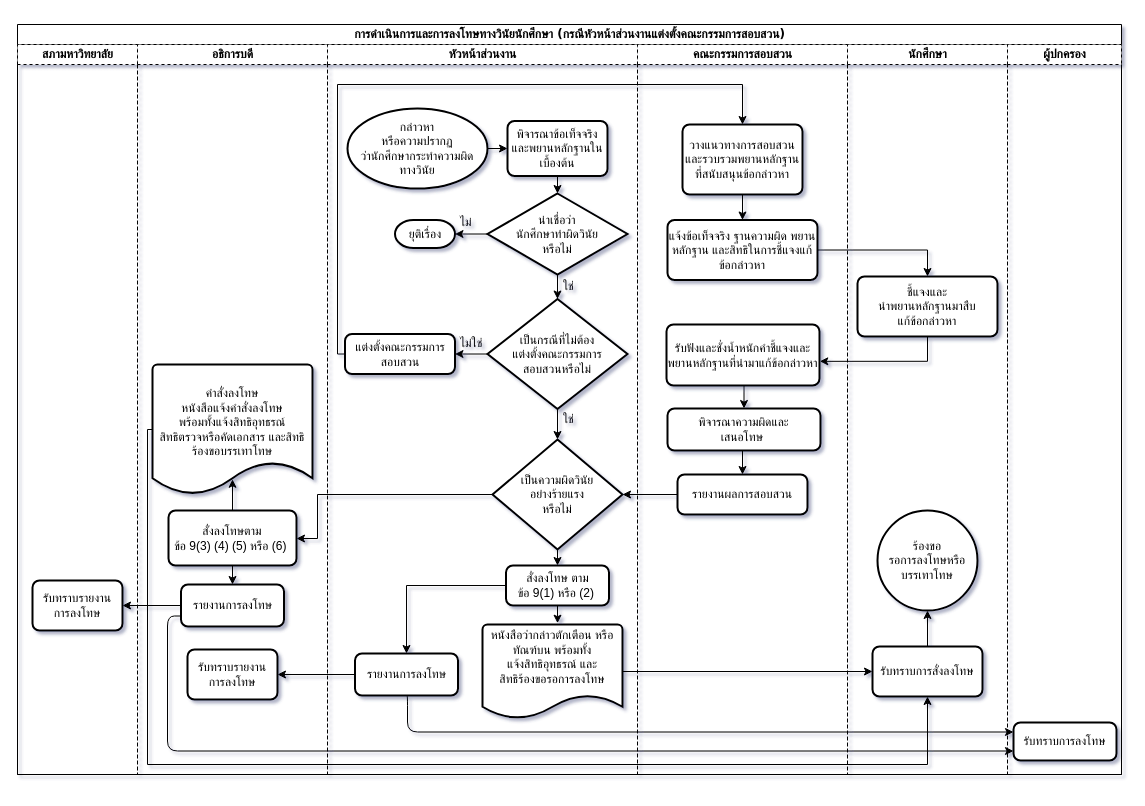
The draw.io diagram flow_vinai_faculty.drawio in ninjacharlee/test, before the edit. Source tidied: cells renumbered, new cells numbered last; positions are measured from the earlier drawing's top-left corner, leaving out a move shared by most shapes. Both pictures are drawn from the tidied source at 100%, with x=0, y=0 at pixel (17, 24).
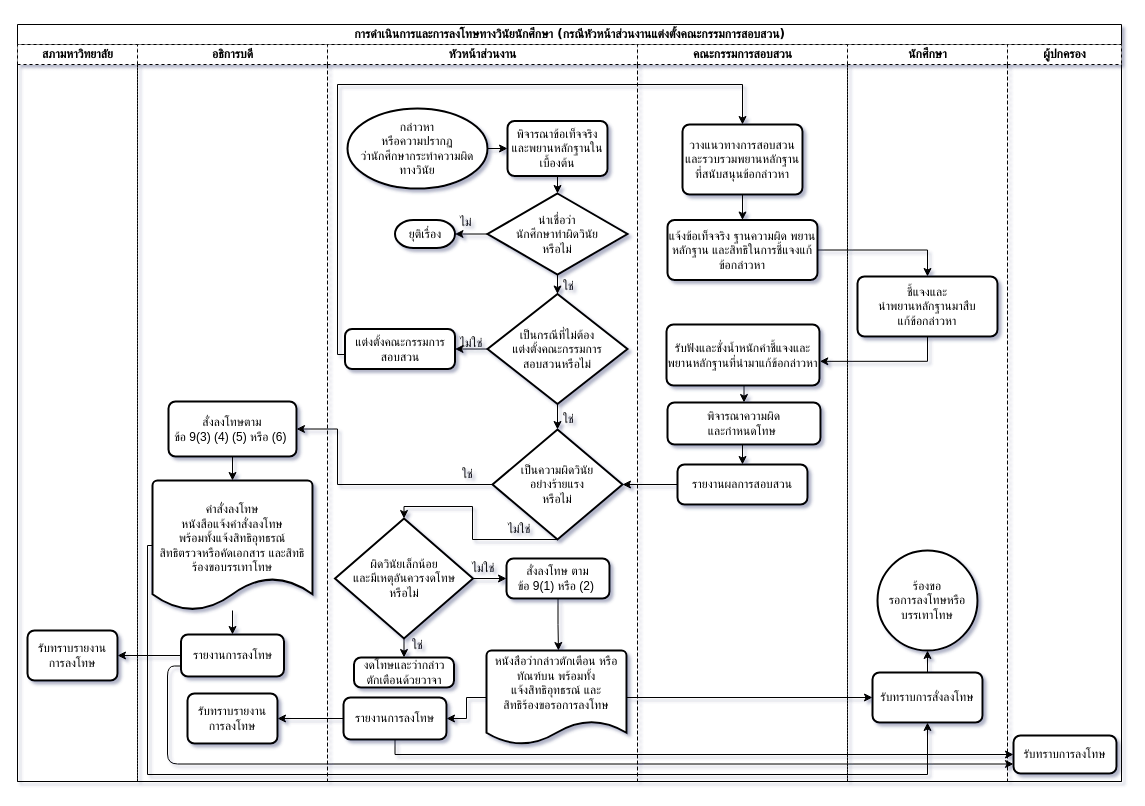
The same diagram, later.

Unchanged cells that the change refers to:
```xml
<mxCell id="38" value="วางแนวทางการสอบสวนและรวบรวมพยานหลักฐานที่สนับสนุนข้อกล่าวหา" style="rounded=1;whiteSpace=wrap;html=1;absoluteArcSize=1;arcSize=14;strokeWidth=2;" parent="36" vertex="1">
  <mxGeometry x="45" y="80" width="120" height="70" as="geometry" />
</mxCell>
```

What changed in the source:
```diff
@@
     <mxCell id="2" value="&lt;h2&gt;การดำเนินการและการลงโทษทางวินัยนักศึกษา (กรณีหัวหน้าส่วนงานแต่งตั้งคณะกรรมการสอบสวน)&lt;/h2&gt;" style="swimlane;html=1;startSize=20;rounded=0;shadow=0;labelBackgroundColor=none;strokeColor=#000000;strokeWidth=1;fillColor=#ffffff;fontFamily=Verdana;fontSize=8;fontColor=#000000;align=center;" parent="1" vertex="1">
-      <mxGeometry width="1104" height="750" as="geometry" />
+      <mxGeometry width="1104" height="757" as="geometry" />
     </mxCell>
     <mxCell id="3" value="สภามหาวิทยาลัย" style="swimlane;html=1;startSize=20;dashed=1;" parent="2" vertex="1">
-      <mxGeometry y="20" width="120" height="730" as="geometry" />
+      <mxGeometry y="20" width="120" height="737" as="geometry" />
     </mxCell>
     <mxCell id="4" value="รับทราบรายงาน&lt;br&gt;การลงโทษ" style="rounded=1;whiteSpace=wrap;html=1;absoluteArcSize=1;arcSize=14;strokeWidth=2;shadow=0;glass=0;comic=0;gradientColor=none;" parent="3" vertex="1">
-      <mxGeometry x="15" y="536" width="90" height="50" as="geometry" />
+      <mxGeometry x="10" y="586" width="90" height="50" as="geometry" />
     </mxCell>
     <mxCell id="5" value="อธิการบดี" style="swimlane;html=1;startSize=20;dashed=1;" parent="2" vertex="1">
-      <mxGeometry x="120" y="20" width="190" height="730" as="geometry" />
+      <mxGeometry x="120" y="20" width="190" height="737" as="geometry" />
     </mxCell>
-    <mxCell id="6" style="edgeStyle=orthogonalEdgeStyle;rounded=0;jettySize=auto;html=1;exitX=0.5;exitY=1;exitDx=0;exitDy=0;entryX=0.5;entryY=0;entryDx=0;entryDy=0;" parent="5" edge="1" source="8" target="10">
-      <mxGeometry relative="1" as="geometry" />
-    </mxCell>
-    <mxCell id="7" style="edgeStyle=orthogonalEdgeStyle;rounded=0;jettySize=auto;html=1;exitX=0.5;exitY=0;exitDx=0;exitDy=0;entryX=0.5;entryY=0.883;entryDx=0;entryDy=0;entryPerimeter=0;" parent="5" edge="1" source="8" target="9">
+    <mxCell id="7" style="edgeStyle=orthogonalEdgeStyle;rounded=0;jettySize=auto;html=1;" parent="5" edge="1" source="8" target="9">
       <mxGeometry relative="1" as="geometry" />
     </mxCell>
     <mxCell id="8" value="สั่งลงโทษตาม&lt;br&gt;ข้อ 9(3) (4) (5) หรือ (6)&amp;nbsp;" style="rounded=1;whiteSpace=wrap;html=1;absoluteArcSize=1;arcSize=14;strokeWidth=2;" parent="5" vertex="1">
-      <mxGeometry x="31" y="466" width="128" height="55" as="geometry" />
+      <mxGeometry x="31" y="357" width="128" height="55" as="geometry" />
     </mxCell>
+    <mxCell id="63" style="edgeStyle=orthogonalEdgeStyle;rounded=0;jettySize=auto;html=1;" parent="5" edge="1" source="9" target="10">
+      <mxGeometry relative="1" as="geometry" />
+    </mxCell>
     <mxCell id="9" value="คำสั่งลงโทษ&lt;br&gt;หนังสือแจ้งคำสั่งลงโทษ&lt;br&gt;พร้อมทั้งแจ้งสิทธิอุทธรณ์ &lt;br&gt;สิทธิตรวจหรือคัดเอกสาร และสิทธิร้องขอบรรเทาโทษ&lt;br&gt;&lt;br&gt;" style="strokeWidth=2;html=1;shape=mxgraph.flowchart.document2;whiteSpace=wrap;size=0.25;" parent="5" vertex="1">
-      <mxGeometry x="15" y="320" width="160" height="130" as="geometry" />
+      <mxGeometry x="15" y="436" width="160" height="130" as="geometry" />
     </mxCell>
     <mxCell id="10" value="รายงานการลงโทษ" style="rounded=1;whiteSpace=wrap;html=1;absoluteArcSize=1;arcSize=14;strokeWidth=2;shadow=0;glass=0;comic=0;gradientColor=none;" parent="5" vertex="1">
-      <mxGeometry x="43.5" y="540" width="103" height="42" as="geometry" />
+      <mxGeometry x="43.5" y="590" width="103" height="42" as="geometry" />
     </mxCell>
     <mxCell id="11" value="รับทราบรายงาน&lt;br&gt;การลงโทษ" style="rounded=1;whiteSpace=wrap;html=1;absoluteArcSize=1;arcSize=14;strokeWidth=2;shadow=0;glass=0;comic=0;gradientColor=none;" parent="5" vertex="1">
-      <mxGeometry x="50" y="605" width="90" height="50" as="geometry" />
+      <mxGeometry x="50" y="649" width="90" height="50" as="geometry" />
     </mxCell>
     <mxCell id="12" value="หัวหน้าส่วนงาน" style="swimlane;html=1;startSize=20;dashed=1;" parent="2" vertex="1">
-      <mxGeometry x="310" y="20" width="310" height="730" as="geometry" />
+      <mxGeometry x="310" y="20" width="310" height="737" as="geometry" />
     </mxCell>
@@
     <mxCell id="23" value="เป็นกรณีที่ไม่ต้อง&lt;br&gt;แต่งตั้งคณะกรรมการ&lt;br&gt;สอบสวนหรือไม่" style="strokeWidth=2;html=1;shape=mxgraph.flowchart.decision;whiteSpace=wrap;" parent="12" vertex="1">
-      <mxGeometry x="160" y="254.5" width="140" height="110" as="geometry" />
+      <mxGeometry x="160" y="249.5" width="140" height="110" as="geometry" />
     </mxCell>
-    <mxCell id="24" style="edgeStyle=orthogonalEdgeStyle;rounded=0;jettySize=auto;html=1;exitX=0.5;exitY=1;exitDx=0;exitDy=0;exitPerimeter=0;entryX=0.5;entryY=0;entryDx=0;entryDy=0;" parent="12" edge="1" source="25" target="30">
-      <mxGeometry relative="1" as="geometry" />
-    </mxCell>
+    <mxCell id="64" style="edgeStyle=orthogonalEdgeStyle;rounded=0;jettySize=auto;html=1;exitX=0.5;exitY=1;exitDx=0;exitDy=0;exitPerimeter=0;entryX=0.5;entryY=0;entryDx=0;entryDy=0;" parent="12" edge="1" source="25" target="68">
+      <mxGeometry relative="1" as="geometry">
+        <Array as="points">
+          <mxPoint x="145" y="495" />
+          <mxPoint x="145" y="462" />
+          <mxPoint x="77" y="462" />
+        </Array>
+      </mxGeometry>
+    </mxCell>
     <mxCell id="25" value="เป็นความผิดวินัย&lt;br&gt;อย่างร้ายแรง&lt;br&gt;หรือไม่" style="strokeWidth=2;html=1;shape=mxgraph.flowchart.decision;whiteSpace=wrap;" parent="12" vertex="1">
-      <mxGeometry x="165" y="395" width="130" height="110" as="geometry" />
+      <mxGeometry x="165" y="385" width="130" height="110" as="geometry" />
     </mxCell>
@@
-    <mxCell id="28" style="edgeStyle=orthogonalEdgeStyle;rounded=0;jettySize=auto;html=1;exitX=0;exitY=0.5;exitDx=0;exitDy=0;entryX=0.5;entryY=0;entryDx=0;entryDy=0;" parent="12" edge="1" source="30" target="32">
-      <mxGeometry relative="1" as="geometry" />
-    </mxCell>
-    <mxCell id="29" style="edgeStyle=orthogonalEdgeStyle;rounded=0;jettySize=auto;html=1;exitX=0.5;exitY=1;exitDx=0;exitDy=0;entryX=0.536;entryY=-0.014;entryDx=0;entryDy=0;entryPerimeter=0;" parent="12" edge="1" source="30" target="31">
+    <mxCell id="29" style="edgeStyle=orthogonalEdgeStyle;rounded=0;jettySize=auto;html=1;exitX=0.5;exitY=1;exitDx=0;exitDy=0;entryX=0.514;entryY=0;entryDx=0;entryDy=0;entryPerimeter=0;" parent="12" edge="1" source="30" target="31">
       <mxGeometry relative="1" as="geometry" />
     </mxCell>
     <mxCell id="30" value="สั่งลงโทษ ตาม&lt;br&gt;ข้อ 9(1) หรือ (2)&amp;nbsp;" style="rounded=1;whiteSpace=wrap;html=1;absoluteArcSize=1;arcSize=14;strokeWidth=2;" parent="12" vertex="1">
-      <mxGeometry x="178.5" y="521" width="103" height="40" as="geometry" />
+      <mxGeometry x="179" y="514" width="103" height="40" as="geometry" />
     </mxCell>
+    <mxCell id="65" style="edgeStyle=orthogonalEdgeStyle;rounded=0;jettySize=auto;html=1;entryX=1;entryY=0.5;entryDx=0;entryDy=0;" parent="12" edge="1" source="31" target="32">
+      <mxGeometry relative="1" as="geometry" />
+    </mxCell>
     <mxCell id="31" value="หนังสือว่ากล่าวตักเตือน หรือทัณฑ์บน พร้อมทั้ง&lt;br&gt;แจ้งสิทธิอุทธรณ์ และ&lt;br&gt;สิทธิร้องขอรอการลงโทษ&lt;br&gt;&lt;br&gt;&lt;br&gt;" style="strokeWidth=2;html=1;shape=mxgraph.flowchart.document2;whiteSpace=wrap;size=0.25;rounded=0;shadow=0;glass=0;comic=0;gradientColor=none;" parent="12" vertex="1">
-      <mxGeometry x="155" y="580" width="140" height="94" as="geometry" />
+      <mxGeometry x="159" y="606" width="140" height="94" as="geometry" />
     </mxCell>
     <mxCell id="32" value="รายงานการลงโทษ" style="rounded=1;whiteSpace=wrap;html=1;absoluteArcSize=1;arcSize=14;strokeWidth=2;shadow=0;glass=0;comic=0;gradientColor=none;" parent="12" vertex="1">
-      <mxGeometry x="27.5" y="609" width="103" height="42" as="geometry" />
+      <mxGeometry x="16" y="653" width="103" height="42" as="geometry" />
     </mxCell>
     <mxCell id="33" value="แต่งตั้งคณะกรรมการสอบสวน" style="rounded=1;whiteSpace=wrap;html=1;absoluteArcSize=1;arcSize=14;strokeWidth=2;shadow=0;glass=0;comic=0;gradientColor=none;" parent="12" vertex="1">
-      <mxGeometry x="17.5" y="289.5" width="110" height="40" as="geometry" />
+      <mxGeometry x="17.5" y="284.5" width="110" height="40" as="geometry" />
     </mxCell>
@@
+    <mxCell id="66" style="edgeStyle=orthogonalEdgeStyle;rounded=0;jettySize=auto;html=1;exitX=1;exitY=0.5;exitDx=0;exitDy=0;entryX=0;entryY=0.5;entryDx=0;entryDy=0;" parent="12" edge="1" source="68" target="30">
+      <mxGeometry relative="1" as="geometry" />
+    </mxCell>
+    <mxCell id="67" style="edgeStyle=orthogonalEdgeStyle;rounded=0;jettySize=auto;html=1;exitX=0.5;exitY=1;exitDx=0;exitDy=0;entryX=0.5;entryY=0;entryDx=0;entryDy=0;" parent="12" edge="1" source="68" target="69">
+      <mxGeometry relative="1" as="geometry" />
+    </mxCell>
+    <mxCell id="68" value="ผิดวินัยเล็กน้อย&lt;br&gt;และมีเหตุอันควรงดโทษ&lt;br&gt;หรือไม่" style="rhombus;whiteSpace=wrap;html=1;strokeWidth=2;" parent="12" vertex="1">
+      <mxGeometry x="7.5" y="474" width="138" height="120" as="geometry" />
+    </mxCell>
+    <mxCell id="69" value="งดโทษและว่ากล่าว&lt;br&gt;ตักเตือนด้วยวาจา" style="rounded=1;whiteSpace=wrap;html=1;absoluteArcSize=1;arcSize=14;strokeWidth=2;" parent="12" vertex="1">
+      <mxGeometry x="26.5" y="613" width="100" height="30" as="geometry" />
+    </mxCell>
+    <mxCell id="70" value="ใช่" style="text;html=1;align=left;verticalAlign=top;spacingTop=-4;" parent="12" vertex="1">
+      <mxGeometry x="132.5" y="420" width="30" height="20" as="geometry" />
+    </mxCell>
     <mxCell id="36" value="คณะกรรมการสอบสวน" style="swimlane;html=1;startSize=20;dashed=1;" parent="2" vertex="1">
-      <mxGeometry x="620" y="20" width="210" height="730" as="geometry" />
+      <mxGeometry x="620" y="20" width="210" height="737" as="geometry" />
     </mxCell>
@@
     <mxCell id="42" value="รายงานผลการสอบสวน" style="rounded=1;whiteSpace=wrap;html=1;absoluteArcSize=1;arcSize=14;strokeWidth=2;" parent="36" vertex="1">
-      <mxGeometry x="40" y="430" width="130" height="40" as="geometry" />
+      <mxGeometry x="40" y="420" width="130" height="40" as="geometry" />
     </mxCell>
@@
-    <mxCell id="44" value="พิจารณาความผิดและ&lt;br&gt;เสนอโทษ&amp;nbsp;" style="rounded=1;whiteSpace=wrap;html=1;absoluteArcSize=1;arcSize=14;strokeWidth=2;" parent="36" vertex="1">
-      <mxGeometry x="30" y="364" width="153" height="42" as="geometry" />
+    <mxCell id="44" value="พิจารณาความผิด&lt;br&gt;และกำหนดโทษ&amp;nbsp;" style="rounded=1;whiteSpace=wrap;html=1;absoluteArcSize=1;arcSize=14;strokeWidth=2;" parent="36" vertex="1">
+      <mxGeometry x="30" y="358" width="153" height="42" as="geometry" />
     </mxCell>
     <mxCell id="45" value="นักศึกษา" style="swimlane;html=1;startSize=20;dashed=1;" parent="2" vertex="1">
-      <mxGeometry x="830" y="20" width="160" height="730" as="geometry" />
+      <mxGeometry x="830" y="20" width="160" height="737" as="geometry" />
     </mxCell>
@@
     <mxCell id="48" value="รับทราบการสั่งลงโทษ" style="rounded=1;whiteSpace=wrap;html=1;absoluteArcSize=1;arcSize=14;strokeWidth=2;shadow=0;glass=0;comic=0;gradientColor=none;" parent="45" vertex="1">
-      <mxGeometry x="25" y="602" width="110" height="50" as="geometry" />
+      <mxGeometry x="25" y="628" width="110" height="50" as="geometry" />
     </mxCell>
     <mxCell id="49" value="ร้องขอ&lt;br&gt;รอการลงโทษหรือบรรเทาโทษ" style="strokeWidth=2;html=1;shape=mxgraph.flowchart.start_2;whiteSpace=wrap;" parent="45" vertex="1">
-      <mxGeometry x="30" y="466" width="100" height="100" as="geometry" />
+      <mxGeometry x="30" y="506" width="100" height="100" as="geometry" />
     </mxCell>
     <mxCell id="50" value="ผู้ปกครอง" style="swimlane;html=1;startSize=20;dashed=1;gradientColor=none;rounded=0;swimlaneLine=1;glass=0;comic=0;shadow=0;" parent="2" vertex="1">
-      <mxGeometry x="990" y="20" width="114" height="730" as="geometry" />
+      <mxGeometry x="990" y="20" width="114" height="737" as="geometry" />
     </mxCell>
     <mxCell id="51" value="รับทราบการลงโทษ" style="rounded=1;whiteSpace=wrap;html=1;absoluteArcSize=1;arcSize=14;strokeWidth=2;shadow=0;glass=0;comic=0;gradientColor=none;" parent="50" vertex="1">
-      <mxGeometry x="6" y="678" width="103" height="38" as="geometry" />
+      <mxGeometry x="6" y="691" width="103" height="38" as="geometry" />
     </mxCell>
@@
+    <mxCell id="57" style="edgeStyle=elbowEdgeStyle;elbow=horizontal;endArrow=classic;html=1;exitX=0;exitY=0.75;exitDx=0;exitDy=0;entryX=0;entryY=0.75;entryDx=0;entryDy=0;" parent="2" edge="1" source="10" target="51">
+      <mxGeometry relative="1" as="geometry">
+        <Array as="points">
+          <mxPoint x="150" y="690" />
+        </Array>
+      </mxGeometry>
+    </mxCell>
+    <mxCell id="59" style="edgeStyle=orthogonalEdgeStyle;rounded=0;jettySize=auto;html=1;exitX=0;exitY=0.5;exitDx=0;exitDy=0;entryX=0.5;entryY=0;entryDx=0;entryDy=0;" parent="2" edge="1" source="33" target="38">
+      <mxGeometry relative="1" as="geometry">
+        <Array as="points">
+          <mxPoint x="320" y="330" />
+          <mxPoint x="320" y="60" />
+          <mxPoint x="725" y="60" />
+        </Array>
+      </mxGeometry>
+    </mxCell>
+    <mxCell id="61" style="edgeStyle=orthogonalEdgeStyle;rounded=0;jettySize=auto;html=1;entryX=1;entryY=0.5;entryDx=0;entryDy=0;entryPerimeter=0;" parent="2" edge="1" source="42" target="25">
+      <mxGeometry relative="1" as="geometry" />
+    </mxCell>
-    <mxCell id="55" style="edgeStyle=orthogonalEdgeStyle;rounded=0;jettySize=auto;html=1;exitX=0;exitY=0.5;exitDx=0;exitDy=0;entryX=1;entryY=0.5;entryDx=0;entryDy=0;" parent="2" edge="1" source="32" target="11">
+    <mxCell id="55" style="edgeStyle=orthogonalEdgeStyle;rounded=0;jettySize=auto;html=1;entryX=1;entryY=0.5;entryDx=0;entryDy=0;" parent="2" edge="1" source="32" target="11">
       <mxGeometry relative="1" as="geometry" />
     </mxCell>
+    <mxCell id="62" style="edgeStyle=orthogonalEdgeStyle;rounded=0;jettySize=auto;html=1;entryX=0.5;entryY=1;entryDx=0;entryDy=0;" parent="2" edge="1" source="9" target="48">
+      <mxGeometry relative="1" as="geometry">
+        <Array as="points">
+          <mxPoint x="130" y="521" />
+          <mxPoint x="130" y="750" />
+          <mxPoint x="910" y="750" />
+        </Array>
+      </mxGeometry>
+    </mxCell>
+    <mxCell id="60" style="edgeStyle=orthogonalEdgeStyle;rounded=0;jettySize=auto;html=1;entryX=0;entryY=0.5;entryDx=0;entryDy=0;" parent="2" edge="1" source="31" target="48">
+      <mxGeometry relative="1" as="geometry" />
+    </mxCell>
-    <mxCell id="56" style="edgeStyle=elbowEdgeStyle;elbow=horizontal;endArrow=classic;html=1;exitX=0.5;exitY=1;exitDx=0;exitDy=0;entryX=0;entryY=0.25;entryDx=0;entryDy=0;" parent="2" edge="1" source="32" target="51">
+    <mxCell id="56" style="edgeStyle=orthogonalEdgeStyle;rounded=0;jettySize=auto;html=1;exitX=0.5;exitY=1;exitDx=0;exitDy=0;entryX=0;entryY=0.5;entryDx=0;entryDy=0;" parent="2" edge="1" source="32" target="51">
       <mxGeometry relative="1" as="geometry">
         <Array as="points">
-          <mxPoint x="390" y="684" />
+          <mxPoint x="378" y="730" />
         </Array>
       </mxGeometry>
     </mxCell>
-    <mxCell id="57" style="edgeStyle=elbowEdgeStyle;elbow=horizontal;endArrow=classic;html=1;exitX=0;exitY=0.75;exitDx=0;exitDy=0;entryX=0;entryY=0.75;entryDx=0;entryDy=0;" parent="2" edge="1" source="10" target="51">
-      <mxGeometry relative="1" as="geometry">
-        <Array as="points">
-          <mxPoint x="150" y="690" />
-        </Array>
-      </mxGeometry>
-    </mxCell>
-    <mxCell id="58" style="edgeStyle=orthogonalEdgeStyle;rounded=0;jettySize=auto;html=1;exitX=0;exitY=0.5;exitDx=0;exitDy=0;exitPerimeter=0;" parent="2" edge="1" source="25" target="8">
+    <mxCell id="58" style="edgeStyle=orthogonalEdgeStyle;rounded=0;jettySize=auto;html=1;entryX=1;entryY=0.5;entryDx=0;entryDy=0;exitX=0;exitY=0.5;exitDx=0;exitDy=0;exitPerimeter=0;" parent="2" edge="1" source="25" target="8">
       <mxGeometry relative="1" as="geometry">
         <Array as="points">
-          <mxPoint x="300" y="470" />
-          <mxPoint x="300" y="514" />
+          <mxPoint x="320" y="460" />
+          <mxPoint x="320" y="405" />
         </Array>
       </mxGeometry>
     </mxCell>
-    <mxCell id="59" style="edgeStyle=orthogonalEdgeStyle;rounded=0;jettySize=auto;html=1;exitX=0;exitY=0.5;exitDx=0;exitDy=0;entryX=0.5;entryY=0;entryDx=0;entryDy=0;" parent="2" edge="1" source="33" target="38">
-      <mxGeometry relative="1" as="geometry">
-        <Array as="points">
-          <mxPoint x="320" y="330" />
-          <mxPoint x="320" y="60" />
-          <mxPoint x="725" y="60" />
-        </Array>
-      </mxGeometry>
-    </mxCell>
-    <mxCell id="60" style="edgeStyle=orthogonalEdgeStyle;rounded=0;jettySize=auto;html=1;entryX=0;entryY=0.5;entryDx=0;entryDy=0;" parent="2" edge="1" source="31" target="48">
-      <mxGeometry relative="1" as="geometry" />
-    </mxCell>
-    <mxCell id="61" style="edgeStyle=orthogonalEdgeStyle;rounded=0;jettySize=auto;html=1;entryX=1;entryY=0.5;entryDx=0;entryDy=0;entryPerimeter=0;" parent="2" edge="1" source="42" target="25">
-      <mxGeometry relative="1" as="geometry" />
-    </mxCell>
-    <mxCell id="62" style="edgeStyle=orthogonalEdgeStyle;rounded=0;jettySize=auto;html=1;entryX=0.5;entryY=1;entryDx=0;entryDy=0;" parent="2" edge="1" source="9" target="48">
-      <mxGeometry relative="1" as="geometry">
-        <Array as="points">
-          <mxPoint x="130" y="405" />
-          <mxPoint x="130" y="740" />
-          <mxPoint x="910" y="740" />
-        </Array>
-      </mxGeometry>
-    </mxCell>
+    <mxCell id="71" value="ไม่ใช่" style="text;html=1;align=left;verticalAlign=top;spacingTop=-4;" parent="1" vertex="1">
+      <mxGeometry x="489" y="495" width="40" height="20" as="geometry" />
+    </mxCell>
+    <mxCell id="72" value="ใช่" style="text;html=1;align=left;verticalAlign=top;spacingTop=-4;" parent="1" vertex="1">
+      <mxGeometry x="392.5" y="611" width="30" height="20" as="geometry" />
+    </mxCell>
+    <mxCell id="73" value="ไม่ใช่" style="text;html=1;align=left;verticalAlign=top;spacingTop=-4;" parent="1" vertex="1">
+      <mxGeometry x="452.5" y="534" width="40" height="20" as="geometry" />
+    </mxCell>
```
